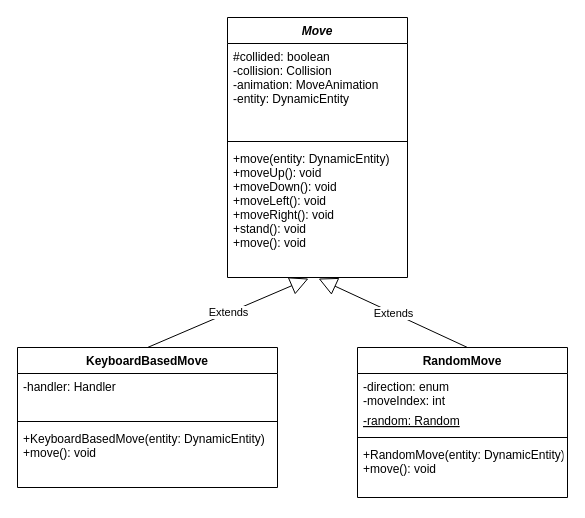
Above: uml/drawio/action/Move.drawio in TP-O/bomberman (draw.io), before the change. Source tidied: cells renumbered, new cells numbered last; positions are measured from the earlier drawing's top-left corner, leaving out a move shared by most shapes. Both pictures are drawn from the tidied source at 100%, with x=0, y=0 at pixel (17, 17).
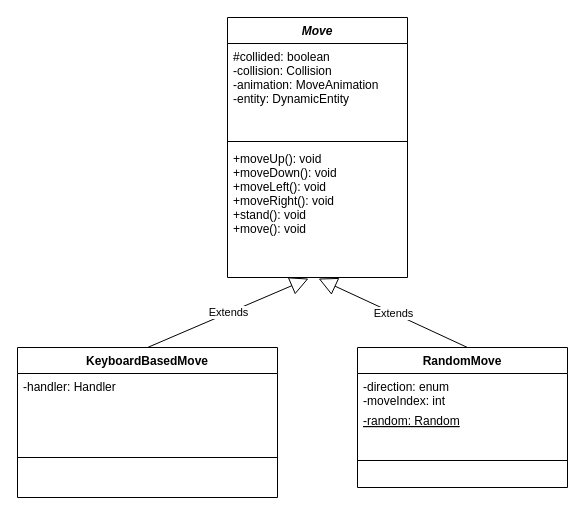
The same page after the edit.

Change to the diagram source:
```diff
@@
 <mxGraphModel>
   <root>
     <mxCell id="0" />
     <mxCell id="1" parent="0" />
     <mxCell id="2" value="KeyboardBasedMove" style="swimlane;fontStyle=1;align=center;verticalAlign=top;horizontal=1;startSize=26;" parent="1" vertex="1">
-      <mxGeometry y="330" width="260" height="140" as="geometry" />
+      <mxGeometry y="330" width="260" height="150" as="geometry" />
     </mxCell>
     <mxCell id="3" value="Extends" style="endArrow=block;endSize=16;endFill=0;html=1;entryX=0.45;entryY=1.008;entryDx=0;entryDy=0;entryPerimeter=0;" parent="2" edge="1" target="16">
       <mxGeometry relative="1" as="geometry">
         <mxPoint x="130" as="sourcePoint" />
       </mxGeometry>
     </mxCell>
     <mxCell id="4" value="-handler: Handler" style="text;strokeColor=none;fillColor=none;align=left;verticalAlign=top;spacingLeft=4;spacingRight=4;overflow=hidden;" parent="2" vertex="1">
       <mxGeometry y="26" width="260" height="44" as="geometry" />
     </mxCell>
     <mxCell id="5" style="line;strokeWidth=1;fillColor=none;align=left;verticalAlign=middle;spacingTop=-1;spacingLeft=3;spacingRight=3;labelPosition=right;" parent="2" vertex="1">
-      <mxGeometry y="70" width="260" height="8" as="geometry" />
+      <mxGeometry y="70" width="260" height="80" as="geometry" />
     </mxCell>
-    <mxCell id="6" value="+KeyboardBasedMove(entity: DynamicEntity)&#10;+move(): void" style="text;strokeColor=none;fillColor=none;align=left;verticalAlign=top;spacingLeft=4;spacingRight=4;overflow=hidden;fontStyle=0;" parent="2" vertex="1">
-      <mxGeometry y="78" width="260" height="62" as="geometry" />
-    </mxCell>
     <mxCell id="7" value="RandomMove" style="swimlane;fontStyle=1;align=center;verticalAlign=top;horizontal=1;startSize=26;" parent="1" vertex="1">
-      <mxGeometry x="340" y="330" width="210" height="150" as="geometry" />
+      <mxGeometry x="340" y="330" width="210" height="140" as="geometry" />
     </mxCell>
     <mxCell id="8" value="Extends" style="endArrow=block;endSize=16;endFill=0;html=1;entryX=0.506;entryY=1.008;entryDx=0;entryDy=0;entryPerimeter=0;" parent="7" edge="1" target="16">
       <mxGeometry relative="1" as="geometry">
         <mxPoint x="110" as="sourcePoint" />
       </mxGeometry>
     </mxCell>
     <mxCell id="9" value="-direction: enum&#10;-moveIndex: int&#10;" style="text;strokeColor=none;fillColor=none;align=left;verticalAlign=top;spacingLeft=4;spacingRight=4;overflow=hidden;" parent="7" vertex="1">
       <mxGeometry y="26" width="210" height="34" as="geometry" />
     </mxCell>
     <mxCell id="10" value="-random: Random" style="text;strokeColor=none;fillColor=none;align=left;verticalAlign=top;spacingLeft=4;spacingRight=4;overflow=hidden;fontStyle=4;" parent="7" vertex="1">
       <mxGeometry y="60" width="210" height="26" as="geometry" />
     </mxCell>
     <mxCell id="11" style="line;strokeWidth=1;fillColor=none;align=left;verticalAlign=middle;spacingTop=-1;spacingLeft=3;spacingRight=3;labelPosition=right;" parent="7" vertex="1">
-      <mxGeometry y="86" width="210" height="8" as="geometry" />
+      <mxGeometry y="86" width="210" height="54" as="geometry" />
     </mxCell>
-    <mxCell id="12" value="+RandomMove(entity: DynamicEntity)&#10;+move(): void" style="text;strokeColor=none;fillColor=none;align=left;verticalAlign=top;spacingLeft=4;spacingRight=4;overflow=hidden;fontStyle=0;" parent="7" vertex="1">
-      <mxGeometry y="94" width="210" height="56" as="geometry" />
-    </mxCell>
     <mxCell id="13" value="Move" style="swimlane;fontStyle=3;align=center;verticalAlign=top;horizontal=1;startSize=26;" parent="1" vertex="1">
       <mxGeometry x="210" width="180" height="260" as="geometry" />
     </mxCell>
     <mxCell id="14" value="#collided: boolean&#10;-collision: Collision&#10;-animation: MoveAnimation&#10;-entity: DynamicEntity" style="text;strokeColor=none;fillColor=none;align=left;verticalAlign=top;spacingLeft=4;spacingRight=4;overflow=hidden;" parent="13" vertex="1">
       <mxGeometry y="26" width="180" height="94" as="geometry" />
     </mxCell>
     <mxCell id="15" style="line;strokeWidth=1;fillColor=none;align=left;verticalAlign=middle;spacingTop=-1;spacingLeft=3;spacingRight=3;labelPosition=right;" parent="13" vertex="1">
       <mxGeometry y="120" width="180" height="8" as="geometry" />
     </mxCell>
-    <mxCell id="16" value="+move(entity: DynamicEntity)&#10;+moveUp(): void&#10;+moveDown(): void&#10;+moveLeft(): void&#10;+moveRight(): void&#10;+stand(): void&#10;+move(): void" style="text;strokeColor=none;fillColor=none;align=left;verticalAlign=top;spacingLeft=4;spacingRight=4;overflow=hidden;points=[[0,0.5],[1,0.5]];portConstraint=eastwest;" parent="13" vertex="1">
+    <mxCell id="16" value="+moveUp(): void&#10;+moveDown(): void&#10;+moveLeft(): void&#10;+moveRight(): void&#10;+stand(): void&#10;+move(): void" style="text;strokeColor=none;fillColor=none;align=left;verticalAlign=top;spacingLeft=4;spacingRight=4;overflow=hidden;points=[[0,0.5],[1,0.5]];portConstraint=eastwest;" parent="13" vertex="1">
       <mxGeometry y="128" width="180" height="132" as="geometry" />
     </mxCell>
   </root>
 </mxGraphModel>
```
